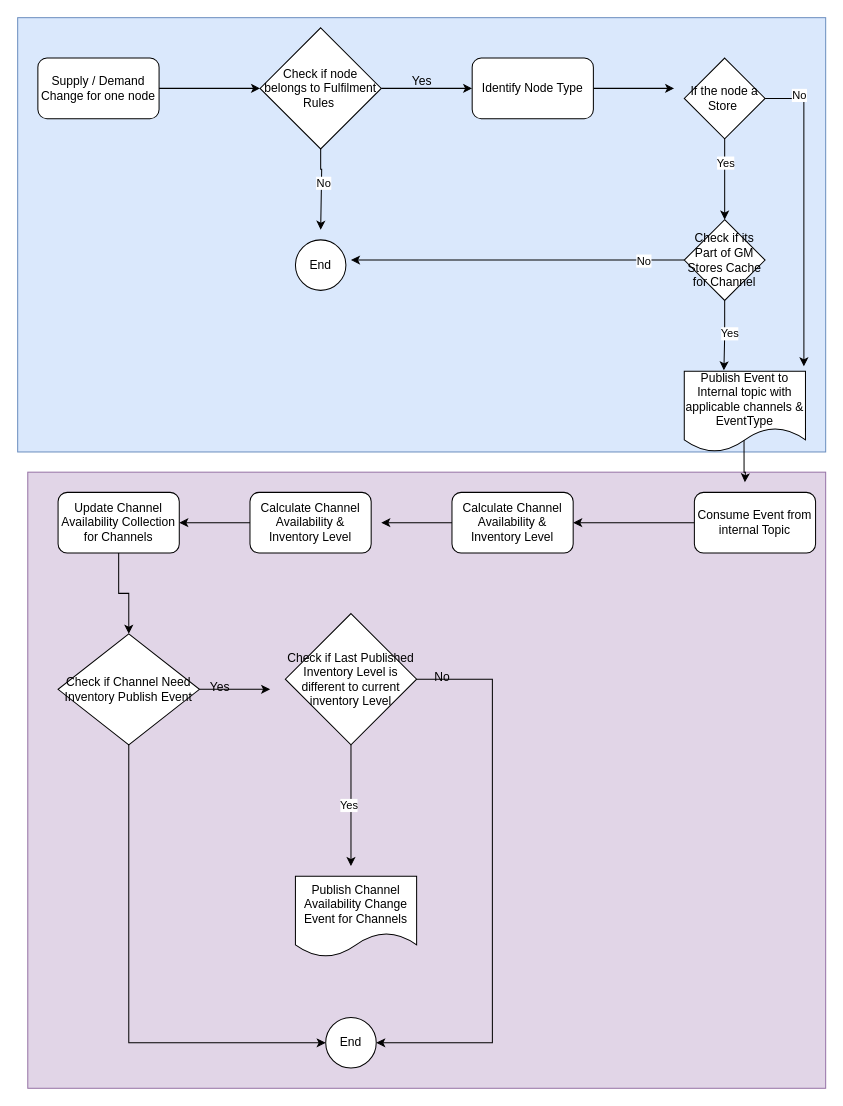
Above: page "Supply_Demand_Change" (1 of 6) of api-spec/Untitled Diagram.drawio in saravanadharmarajan/shopping-carts (draw.io), before the change. Source tidied: cells renumbered, new cells numbered last; positions are measured from the earlier drawing's top-left corner, leaving out a move shared by most shapes. Both pictures are drawn from the tidied source at 101%, with x=0, y=0 at pixel (17, 17).
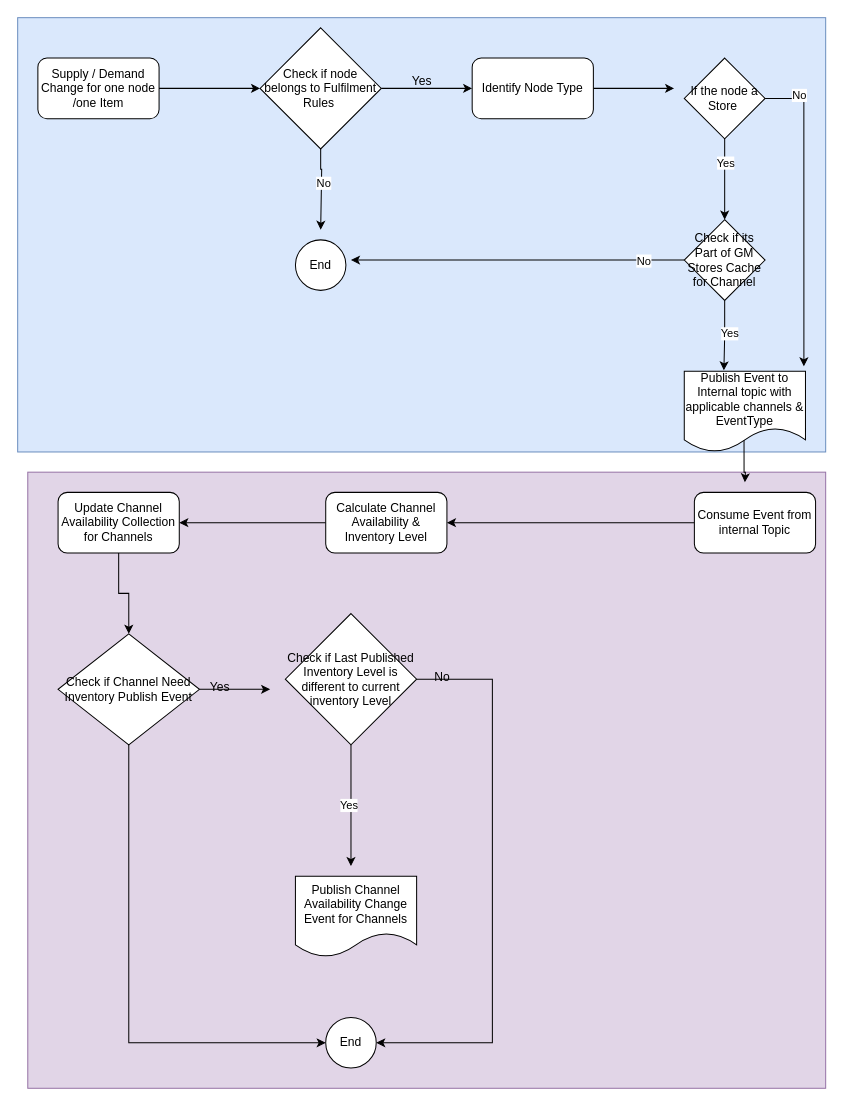
The same page after the edit.

The change refers to these unchanged cells:
```xml
<mxCell id="15" value="Consume Event from internal Topic" style="rounded=1;whiteSpace=wrap;html=1;" parent="1" vertex="1">
  <mxGeometry x="670" y="470" width="120" height="60" as="geometry" />
</mxCell>
```

The edit, as a diff of the source:
```diff
@@
-    <mxCell id="4" value="Supply / Demand Change for one node" style="rounded=1;whiteSpace=wrap;html=1;" parent="1" vertex="1">
+    <mxCell id="4" value="Supply / Demand Change for one node /one Item" style="rounded=1;whiteSpace=wrap;html=1;" parent="1" vertex="1">
       <mxGeometry x="20" y="40" width="120" height="60" as="geometry" />
     </mxCell>
@@
-    <mxCell id="14" style="edgeStyle=orthogonalEdgeStyle;rounded=0;jettySize=auto;html=1;" parent="1" edge="1" source="15" target="17">
+    <mxCell id="14" style="edgeStyle=orthogonalEdgeStyle;rounded=0;jettySize=auto;html=1;entryX=1;entryY=0.5;entryDx=0;entryDy=0;" parent="1" edge="1" source="15" target="35">
       <mxGeometry relative="1" as="geometry" />
     </mxCell>
@@
-    <mxCell id="16" style="edgeStyle=orthogonalEdgeStyle;rounded=0;jettySize=auto;html=1;exitX=0;exitY=0.5;exitDx=0;exitDy=0;" parent="1" edge="1" source="17">
-      <mxGeometry relative="1" as="geometry">
-        <mxPoint x="360" y="500" as="targetPoint" />
-      </mxGeometry>
-    </mxCell>
-    <mxCell id="17" value="Calculate Channel Availability &amp;amp; Inventory Level" style="rounded=1;whiteSpace=wrap;html=1;" parent="1" vertex="1">
-      <mxGeometry x="430" y="470" width="120" height="60" as="geometry" />
-    </mxCell>
@@
     <mxCell id="35" value="Calculate Channel Availability &amp;amp; Inventory Level" style="rounded=1;whiteSpace=wrap;html=1;" parent="1" vertex="1">
-      <mxGeometry x="230" y="470" width="120" height="60" as="geometry" />
+      <mxGeometry x="305" y="470" width="120" height="60" as="geometry" />
     </mxCell>
```
